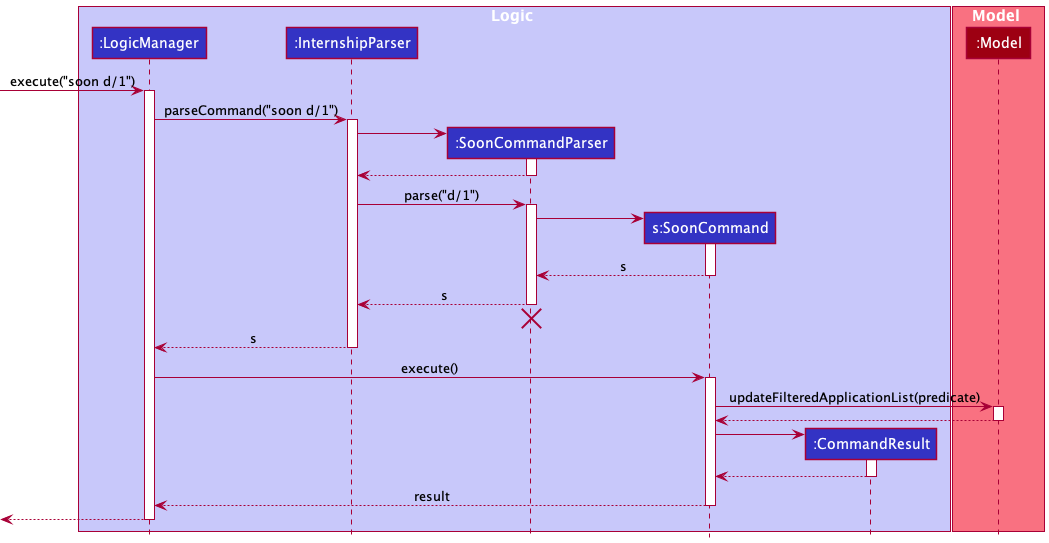
The PlantUML diagram docs/images/umldiagrams/SoonSequenceDiagram.png in tianyue58/tp, before a commit.
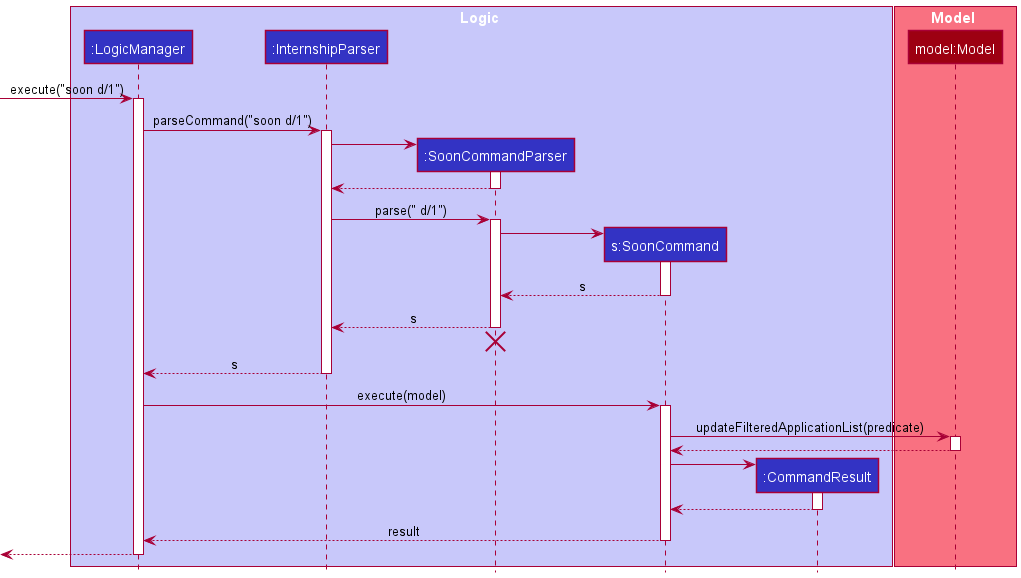
The same file after the commit.

The edit, as a diff of the source:
```diff
@@ -10,7 +10,7 @@
 end box
 
 box Model MODEL_COLOR_T1
-participant ":Model" as Model MODEL_COLOR
+participant "model:Model" as Model MODEL_COLOR
 end box
 
 [-> LogicManager : execute("soon d/1")
@@ -26,7 +26,7 @@
 SoonCommandParser --> InternshipParser
 deactivate SoonCommandParser
 
-InternshipParser -> SoonCommandParser : parse("d/1")
+InternshipParser -> SoonCommandParser : parse(" d/1")
 activate SoonCommandParser
 
 create SoonCommand
@@ -44,7 +44,7 @@
 InternshipParser --> LogicManager : s
 deactivate InternshipParser
 
-LogicManager -> SoonCommand : execute()
+LogicManager -> SoonCommand : execute(model)
 activate SoonCommand
 
 SoonCommand -> Model : updateFilteredApplicationList(predicate)
```
